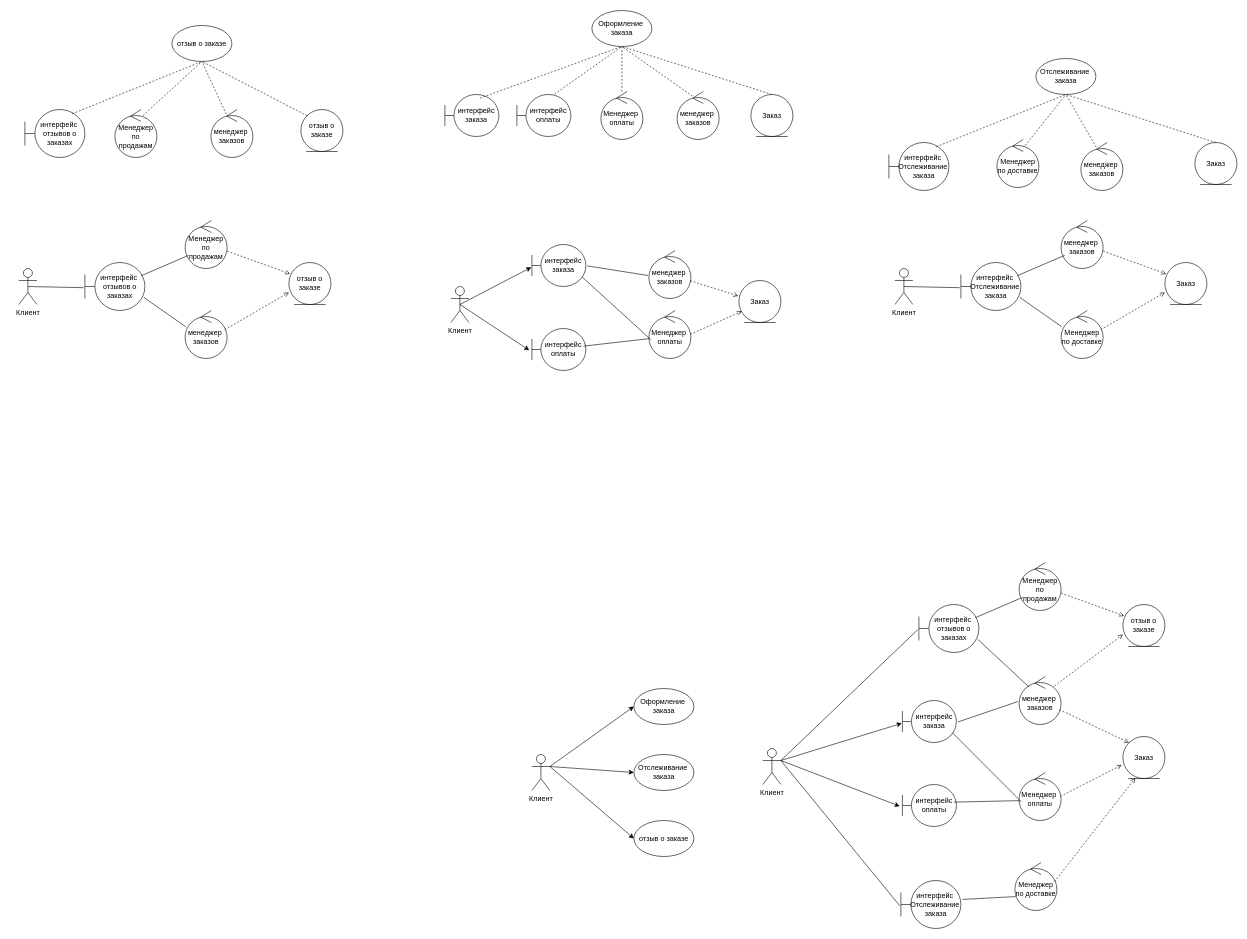
Above: page "Page-1" (1 of 3) of obos_4PR.drawio in mati-tech/draw.io (draw.io), before the change. Source tidied: cells renumbered, new cells numbered last; positions are measured from the earlier drawing's top-left corner, leaving out a move shared by most shapes. Both pictures are drawn from the tidied source at 60%, with x=0, y=0 at pixel (19, 10).
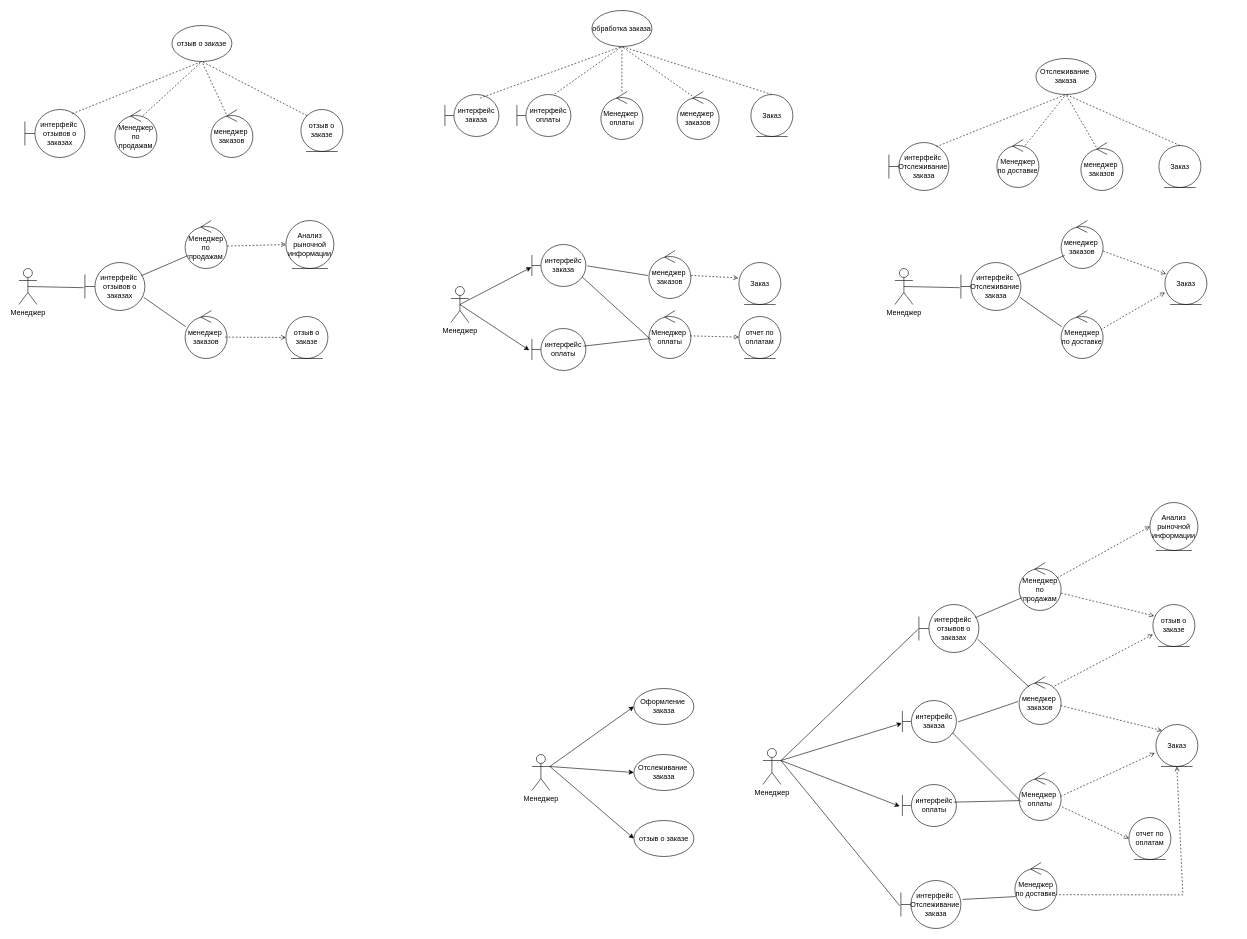
The same diagram, later.

Unchanged cells that the change refers to:
```xml
<mxCell id="26" value="Менеджер&amp;nbsp;&lt;div&gt;оплаты&lt;/div&gt;" style="ellipse;shape=umlControl;whiteSpace=wrap;html=1;" parent="1" vertex="1">
  <mxGeometry x="1050" y="500" width="70" height="80" as="geometry" />
</mxCell>
<mxCell id="58" value="Менеджер&amp;nbsp;&lt;div&gt;оплаты&lt;/div&gt;" style="ellipse;shape=umlControl;whiteSpace=wrap;html=1;" parent="1" vertex="1">
  <mxGeometry x="1667" y="1270" width="70" height="80" as="geometry" />
</mxCell>
<mxCell id="67" value="Менеджер по продажам" style="ellipse;shape=umlControl;whiteSpace=wrap;html=1;" parent="1" vertex="1">
  <mxGeometry x="1667" y="920" width="70" height="80" as="geometry" />
</mxCell>
<mxCell id="75" value="Менеджер по доставке" style="ellipse;shape=umlControl;whiteSpace=wrap;html=1;" parent="1" vertex="1">
  <mxGeometry x="1660" y="1420" width="70" height="80" as="geometry" />
</mxCell>
<mxCell id="90" value="менеджер&amp;nbsp;&lt;div&gt;заказов&lt;/div&gt;" style="ellipse;shape=umlControl;whiteSpace=wrap;html=1;" parent="1" vertex="1">
  <mxGeometry x="277" y="500" width="70" height="80" as="geometry" />
</mxCell>
<mxCell id="91" value="Менеджер по продажам" style="ellipse;shape=umlControl;whiteSpace=wrap;html=1;" parent="1" vertex="1">
  <mxGeometry x="277" y="350" width="70" height="80" as="geometry" />
</mxCell>
```

Diff of the diagram source:
```diff
@@
-    <mxCell id="2" value="Клиент" style="shape=umlActor;verticalLabelPosition=bottom;verticalAlign=top;html=1;outlineConnect=0;" parent="1" vertex="1">
+    <mxCell id="2" value="Менеджер&lt;div&gt;&lt;br&gt;&lt;/div&gt;" style="shape=umlActor;verticalLabelPosition=bottom;verticalAlign=top;html=1;outlineConnect=0;" parent="1" vertex="1">
       <mxGeometry x="855" y="1240" width="30" height="60" as="geometry" />
     </mxCell>
@@
-    <mxCell id="9" value="&lt;span style=&quot;text-wrap: nowrap;&quot;&gt;Оформление&amp;nbsp;&lt;/span&gt;&lt;div style=&quot;text-wrap: nowrap;&quot;&gt;заказа&lt;/div&gt;" style="ellipse;whiteSpace=wrap;html=1;" parent="1" vertex="1">
+    <mxCell id="9" value="обработка заказа" style="ellipse;whiteSpace=wrap;html=1;" parent="1" vertex="1">
       <mxGeometry x="955" width="100" height="60" as="geometry" />
     </mxCell>
@@
-    <mxCell id="20" value="Клиент" style="shape=umlActor;verticalLabelPosition=bottom;verticalAlign=top;html=1;outlineConnect=0;" parent="1" vertex="1">
+    <mxCell id="20" value="Менеджер&lt;div&gt;&lt;br&gt;&lt;/div&gt;" style="shape=umlActor;verticalLabelPosition=bottom;verticalAlign=top;html=1;outlineConnect=0;" parent="1" vertex="1">
       <mxGeometry x="720" y="460" width="30" height="60" as="geometry" />
     </mxCell>
@@
     <mxCell id="27" value="Заказ" style="ellipse;shape=umlEntity;whiteSpace=wrap;html=1;" parent="1" vertex="1">
-      <mxGeometry x="1200" y="450" width="70" height="70" as="geometry" />
+      <mxGeometry x="1200" y="420" width="70" height="70" as="geometry" />
     </mxCell>
@@
-    <mxCell id="32" style="html=1;verticalAlign=bottom;labelBackgroundColor=none;endArrow=open;endFill=0;dashed=1;rounded=0;entryX=0.07;entryY=0.733;entryDx=0;entryDy=0;exitX=0.985;exitY=0.496;exitDx=0;exitDy=0;exitPerimeter=0;entryPerimeter=0;" parent="1" edge="1" source="26" target="27">
+    <mxCell id="32" style="html=1;verticalAlign=bottom;labelBackgroundColor=none;endArrow=open;endFill=0;dashed=1;rounded=0;exitX=0.98;exitY=0.528;exitDx=0;exitDy=0;exitPerimeter=0;" parent="1" edge="1" source="26" target="97">
       <mxGeometry relative="1" as="geometry" />
     </mxCell>
@@
     <mxCell id="35" value="Заказ" style="ellipse;shape=umlEntity;whiteSpace=wrap;html=1;" parent="1" vertex="1">
-      <mxGeometry x="1960" y="220" width="70" height="70" as="geometry" />
+      <mxGeometry x="1900" y="225" width="70" height="70" as="geometry" />
     </mxCell>
@@
-    <mxCell id="42" value="Клиент" style="shape=umlActor;verticalLabelPosition=bottom;verticalAlign=top;html=1;outlineConnect=0;" parent="1" vertex="1">
+    <mxCell id="42" value="Менеджер&lt;div&gt;&lt;br&gt;&lt;/div&gt;" style="shape=umlActor;verticalLabelPosition=bottom;verticalAlign=top;html=1;outlineConnect=0;" parent="1" vertex="1">
       <mxGeometry x="1460" y="430" width="30" height="60" as="geometry" />
     </mxCell>
@@
-    <mxCell id="52" value="Клиент" style="shape=umlActor;verticalLabelPosition=bottom;verticalAlign=top;html=1;outlineConnect=0;" parent="1" vertex="1">
+    <mxCell id="52" value="Менеджер&lt;div&gt;&lt;br&gt;&lt;/div&gt;" style="shape=umlActor;verticalLabelPosition=bottom;verticalAlign=top;html=1;outlineConnect=0;" parent="1" vertex="1">
       <mxGeometry x="1240" y="1230" width="30" height="60" as="geometry" />
     </mxCell>
@@
     <mxCell id="59" value="Заказ" style="ellipse;shape=umlEntity;whiteSpace=wrap;html=1;" parent="1" vertex="1">
-      <mxGeometry x="1840" y="1210" width="70" height="70" as="geometry" />
+      <mxGeometry x="1895" y="1190" width="70" height="70" as="geometry" />
     </mxCell>
@@
     <mxCell id="68" value="отзыв о заказе" style="ellipse;shape=umlEntity;whiteSpace=wrap;html=1;" parent="1" vertex="1">
-      <mxGeometry x="1840" y="990" width="70" height="70" as="geometry" />
+      <mxGeometry x="1890" y="990" width="70" height="70" as="geometry" />
     </mxCell>
@@
-    <mxCell id="77" style="html=1;verticalAlign=bottom;labelBackgroundColor=none;endArrow=open;endFill=0;dashed=1;rounded=0;entryX=0.297;entryY=0.988;entryDx=0;entryDy=0;exitX=0.943;exitY=0.4;exitDx=0;exitDy=0;exitPerimeter=0;entryPerimeter=0;" parent="1" edge="1" source="75" target="59">
-      <mxGeometry relative="1" as="geometry" />
+    <mxCell id="77" style="html=1;verticalAlign=bottom;labelBackgroundColor=none;endArrow=open;endFill=0;dashed=1;rounded=0;exitX=0.967;exitY=0.671;exitDx=0;exitDy=0;exitPerimeter=0;entryX=0.5;entryY=1;entryDx=0;entryDy=0;" parent="1" edge="1" source="75" target="59">
+      <mxGeometry relative="1" as="geometry">
+        <Array as="points">
+          <mxPoint x="1940" y="1474" />
+        </Array>
+      </mxGeometry>
     </mxCell>
@@
-    <mxCell id="87" value="Клиент" style="shape=umlActor;verticalLabelPosition=bottom;verticalAlign=top;html=1;outlineConnect=0;" parent="1" vertex="1">
+    <mxCell id="87" value="Менеджер&lt;div&gt;&lt;br&gt;&lt;/div&gt;" style="shape=umlActor;verticalLabelPosition=bottom;verticalAlign=top;html=1;outlineConnect=0;" parent="1" vertex="1">
       <mxGeometry y="430" width="30" height="60" as="geometry" />
     </mxCell>
@@
     <mxCell id="92" value="отзыв о заказе" style="ellipse;shape=umlEntity;whiteSpace=wrap;html=1;" parent="1" vertex="1">
-      <mxGeometry x="450" y="420" width="70" height="70" as="geometry" />
+      <mxGeometry x="445" y="510" width="70" height="70" as="geometry" />
     </mxCell>
@@
-    <mxCell id="95" style="html=1;verticalAlign=bottom;labelBackgroundColor=none;endArrow=open;endFill=0;dashed=1;rounded=0;entryX=0.029;entryY=0.271;entryDx=0;entryDy=0;exitX=1;exitY=0.638;exitDx=0;exitDy=0;exitPerimeter=0;entryPerimeter=0;" parent="1" edge="1" source="91" target="92">
+    <mxCell id="95" style="html=1;verticalAlign=bottom;labelBackgroundColor=none;endArrow=open;endFill=0;dashed=1;rounded=0;exitX=1.006;exitY=0.533;exitDx=0;exitDy=0;exitPerimeter=0;entryX=0;entryY=0.5;entryDx=0;entryDy=0;" parent="1" edge="1" source="91" target="98">
       <mxGeometry relative="1" as="geometry" />
     </mxCell>
-    <mxCell id="96" style="html=1;verticalAlign=bottom;labelBackgroundColor=none;endArrow=open;endFill=0;dashed=1;rounded=0;entryX=0;entryY=0.714;entryDx=0;entryDy=0;exitX=0.943;exitY=0.4;exitDx=0;exitDy=0;exitPerimeter=0;entryPerimeter=0;" parent="1" edge="1" source="90" target="92">
+    <mxCell id="96" style="html=1;verticalAlign=bottom;labelBackgroundColor=none;endArrow=open;endFill=0;dashed=1;rounded=0;entryX=0;entryY=0.5;entryDx=0;entryDy=0;exitX=0.952;exitY=0.554;exitDx=0;exitDy=0;exitPerimeter=0;" parent="1" edge="1" source="90" target="92">
       <mxGeometry relative="1" as="geometry" />
     </mxCell>
+    <mxCell id="97" value="отчет по оплатам" style="ellipse;shape=umlEntity;whiteSpace=wrap;html=1;" parent="1" vertex="1">
+      <mxGeometry x="1200" y="510" width="70" height="70" as="geometry" />
+    </mxCell>
+    <mxCell id="98" value="Aнализ рыночной информации" style="ellipse;shape=umlEntity;whiteSpace=wrap;html=1;" parent="1" vertex="1">
+      <mxGeometry x="445" y="350" width="80" height="80" as="geometry" />
+    </mxCell>
+    <mxCell id="99" value="Aнализ рыночной информации" style="ellipse;shape=umlEntity;whiteSpace=wrap;html=1;" parent="1" vertex="1">
+      <mxGeometry x="1885" y="820" width="80" height="80" as="geometry" />
+    </mxCell>
+    <mxCell id="100" style="html=1;verticalAlign=bottom;labelBackgroundColor=none;endArrow=open;endFill=0;dashed=1;rounded=0;entryX=0;entryY=0.5;entryDx=0;entryDy=0;exitX=0.905;exitY=0.321;exitDx=0;exitDy=0;exitPerimeter=0;" parent="1" edge="1" source="67" target="99">
+      <mxGeometry relative="1" as="geometry" />
+    </mxCell>
+    <mxCell id="101" value="отчет по оплатам" style="ellipse;shape=umlEntity;whiteSpace=wrap;html=1;" parent="1" vertex="1">
+      <mxGeometry x="1850" y="1345" width="70" height="70" as="geometry" />
+    </mxCell>
+    <mxCell id="102" style="html=1;verticalAlign=bottom;labelBackgroundColor=none;endArrow=open;endFill=0;dashed=1;rounded=0;entryX=0;entryY=0.5;entryDx=0;entryDy=0;exitX=1.019;exitY=0.712;exitDx=0;exitDy=0;exitPerimeter=0;" parent="1" edge="1" source="58" target="101">
+      <mxGeometry relative="1" as="geometry" />
+    </mxCell>
```
